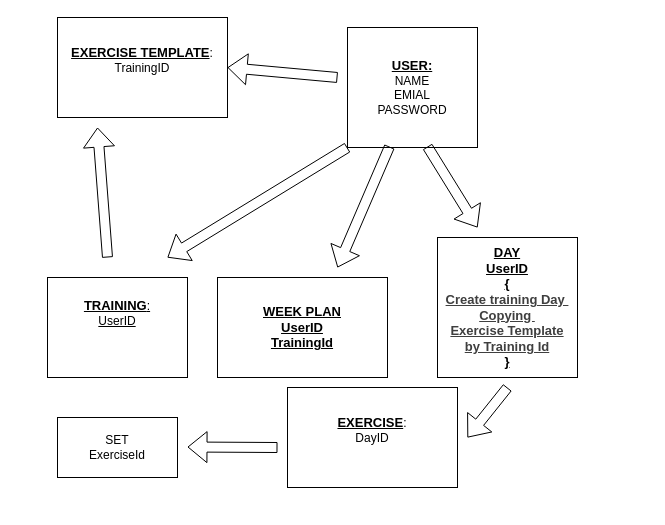
This is db.drawio from Jaro111/gym_tracker_BE, a draw.io file, before an edit. Source tidied: cells renumbered, new cells numbered last; positions are measured from the earlier drawing's top-left corner, leaving out a move shared by most shapes. Both pictures are drawn from the tidied source at 100%, with x=0, y=0 at pixel (47, 17).
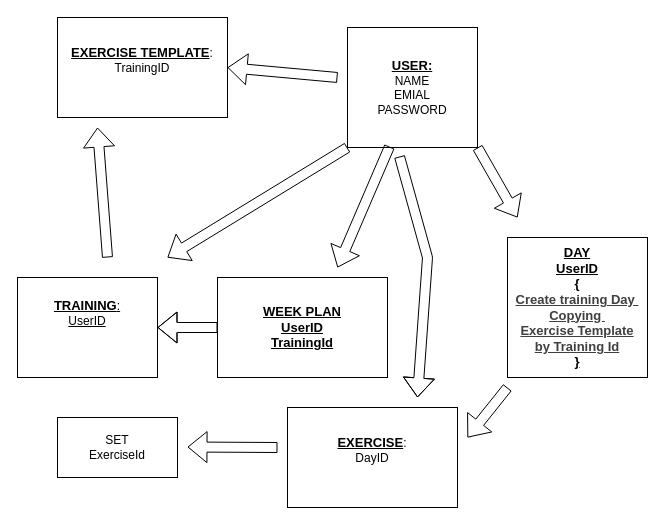
Above is the later version.

The change refers to these unchanged cells:
```xml
<mxCell id="5" value="&lt;b&gt;&lt;u&gt;&lt;font style=&quot;font-size: 13px;&quot;&gt;USER:&lt;/font&gt;&lt;/u&gt;&lt;/b&gt;&lt;div&gt;NAME&lt;/div&gt;&lt;div&gt;EMIAL&lt;/div&gt;&lt;div&gt;PASSWORD&lt;/div&gt;" style="rounded=0;whiteSpace=wrap;html=1;" parent="1" vertex="1">
  <mxGeometry x="300" y="10" width="130" height="120" as="geometry" />
</mxCell>
<mxCell id="12" value="&lt;div&gt;&lt;span style=&quot;background-color: transparent; font-size: 13px;&quot;&gt;&lt;b&gt;&lt;u&gt;WEEK PLAN&lt;/u&gt;&lt;/b&gt;&lt;/span&gt;&lt;/div&gt;&lt;div&gt;&lt;span style=&quot;background-color: transparent; font-size: 13px;&quot;&gt;&lt;b&gt;&lt;u&gt;UserID&lt;/u&gt;&lt;/b&gt;&lt;/span&gt;&lt;/div&gt;&lt;div&gt;&lt;span style=&quot;background-color: transparent; font-size: 13px;&quot;&gt;&lt;b&gt;&lt;u&gt;TrainingId&lt;/u&gt;&lt;/b&gt;&lt;/span&gt;&lt;/div&gt;" style="rounded=0;whiteSpace=wrap;html=1;" parent="1" vertex="1">
  <mxGeometry x="170" y="260" width="170" height="100" as="geometry" />
</mxCell>
```

Change to the diagram source:
```diff
@@
     <mxCell id="2" value="&lt;u&gt;&lt;b&gt;&lt;font style=&quot;font-size: 13px;&quot;&gt;TRAINING&lt;/font&gt;&lt;/b&gt;:&lt;/u&gt;&lt;div&gt;&lt;u&gt;UserID&lt;/u&gt;&lt;/div&gt;&lt;div&gt;&lt;div&gt;&lt;br&gt;&lt;/div&gt;&lt;div&gt;&lt;br&gt;&lt;/div&gt;&lt;/div&gt;" style="rounded=0;whiteSpace=wrap;html=1;" parent="1" vertex="1">
-      <mxGeometry y="260" width="140" height="100" as="geometry" />
+      <mxGeometry x="-30" y="260" width="140" height="100" as="geometry" />
     </mxCell>
     <mxCell id="3" value="&lt;span style=&quot;font-size: 13px;&quot;&gt;&lt;b&gt;&lt;u&gt;DAY&lt;/u&gt;&lt;/b&gt;&lt;/span&gt;&lt;div&gt;&lt;span style=&quot;font-size: 13px;&quot;&gt;&lt;b&gt;&lt;u&gt;UserID&lt;/u&gt;&lt;/b&gt;&lt;/span&gt;&lt;/div&gt;&lt;div&gt;&lt;span style=&quot;font-size: 13px;&quot;&gt;&lt;b&gt;&lt;u&gt;{&lt;/u&gt;&lt;/b&gt;&lt;/span&gt;&lt;/div&gt;&lt;div&gt;&lt;div style=&quot;color: rgb(63, 63, 63); scrollbar-color: rgb(226, 226, 226) rgb(251, 251, 251);&quot;&gt;&lt;span style=&quot;color: rgb(63, 63, 63); scrollbar-color: rgb(226, 226, 226) rgb(251, 251, 251); font-size: 13px;&quot;&gt;&lt;b style=&quot;color: rgb(63, 63, 63); scrollbar-color: rgb(226, 226, 226) rgb(251, 251, 251);&quot;&gt;&lt;u style=&quot;color: rgb(63, 63, 63); scrollbar-color: rgb(226, 226, 226) rgb(251, 251, 251);&quot;&gt;Create training Day&amp;nbsp;&lt;/u&gt;&lt;/b&gt;&lt;/span&gt;&lt;/div&gt;&lt;div style=&quot;color: rgb(63, 63, 63); scrollbar-color: rgb(226, 226, 226) rgb(251, 251, 251);&quot;&gt;&lt;span style=&quot;color: rgb(63, 63, 63); scrollbar-color: rgb(226, 226, 226) rgb(251, 251, 251); font-size: 13px;&quot;&gt;&lt;b style=&quot;color: rgb(63, 63, 63); scrollbar-color: rgb(226, 226, 226) rgb(251, 251, 251);&quot;&gt;&lt;u style=&quot;color: rgb(63, 63, 63); scrollbar-color: rgb(226, 226, 226) rgb(251, 251, 251);&quot;&gt;Copying&amp;nbsp;&lt;/u&gt;&lt;/b&gt;&lt;/span&gt;&lt;/div&gt;&lt;div style=&quot;color: rgb(63, 63, 63); scrollbar-color: rgb(226, 226, 226) rgb(251, 251, 251);&quot;&gt;&lt;span style=&quot;color: rgb(63, 63, 63); scrollbar-color: rgb(226, 226, 226) rgb(251, 251, 251); font-size: 13px;&quot;&gt;&lt;b style=&quot;color: rgb(63, 63, 63); scrollbar-color: rgb(226, 226, 226) rgb(251, 251, 251);&quot;&gt;&lt;u style=&quot;color: rgb(63, 63, 63); scrollbar-color: rgb(226, 226, 226) rgb(251, 251, 251);&quot;&gt;Exercise Template&lt;/u&gt;&lt;/b&gt;&lt;/span&gt;&lt;/div&gt;&lt;div style=&quot;color: rgb(63, 63, 63); scrollbar-color: rgb(226, 226, 226) rgb(251, 251, 251);&quot;&gt;&lt;span style=&quot;color: rgb(63, 63, 63); scrollbar-color: rgb(226, 226, 226) rgb(251, 251, 251); font-size: 13px;&quot;&gt;&lt;b style=&quot;color: rgb(63, 63, 63); scrollbar-color: rgb(226, 226, 226) rgb(251, 251, 251);&quot;&gt;&lt;u style=&quot;color: rgb(63, 63, 63); scrollbar-color: rgb(226, 226, 226) rgb(251, 251, 251);&quot;&gt;by Training Id&lt;/u&gt;&lt;/b&gt;&lt;/span&gt;&lt;/div&gt;&lt;/div&gt;&lt;div&gt;&lt;span style=&quot;font-size: 13px;&quot;&gt;&lt;b&gt;&lt;u&gt;}&lt;/u&gt;&lt;/b&gt;&lt;/span&gt;&lt;/div&gt;" style="rounded=0;whiteSpace=wrap;html=1;" parent="1" vertex="1">
-      <mxGeometry x="390" y="220" width="140" height="140" as="geometry" />
+      <mxGeometry x="460" y="220" width="140" height="140" as="geometry" />
     </mxCell>
     <mxCell id="4" value="&lt;font style=&quot;font-size: 13px;&quot;&gt;&lt;b&gt;&lt;u&gt;EXERCISE&lt;/u&gt;&lt;/b&gt;&lt;/font&gt;:&lt;div&gt;DayID&lt;/div&gt;&lt;div&gt;&lt;span style=&quot;background-color: transparent;&quot;&gt;&lt;br&gt;&lt;/span&gt;&lt;/div&gt;" style="rounded=0;whiteSpace=wrap;html=1;" parent="1" vertex="1">
-      <mxGeometry x="240" y="370" width="170" height="100" as="geometry" />
+      <mxGeometry x="240" y="390" width="170" height="100" as="geometry" />
     </mxCell>
@@
-    <mxCell id="10" style="shape=flexArrow;endArrow=classic;html=1;exitX=0.615;exitY=0.992;exitDx=0;exitDy=0;exitPerimeter=0;" parent="1" edge="1" source="5">
+    <mxCell id="10" style="shape=flexArrow;endArrow=classic;html=1;exitX=1;exitY=1;exitDx=0;exitDy=0;" parent="1" edge="1" source="5">
       <mxGeometry relative="1" as="geometry">
-        <mxPoint x="430" y="210" as="targetPoint" />
+        <mxPoint x="470" y="200" as="targetPoint" />
       </mxGeometry>
     </mxCell>
@@
+    <mxCell id="16" style="shape=flexArrow;endArrow=classic;html=1;exitX=0.323;exitY=0.992;exitDx=0;exitDy=0;exitPerimeter=0;" parent="1" edge="1">
+      <mxGeometry relative="1" as="geometry">
+        <mxPoint x="352" y="139" as="sourcePoint" />
+        <mxPoint x="370" y="380" as="targetPoint" />
+        <Array as="points">
+          <mxPoint x="380" y="240" />
+        </Array>
+      </mxGeometry>
+    </mxCell>
+    <mxCell id="17" style="shape=flexArrow;endArrow=classic;html=1;" parent="1" edge="1" source="12" target="2">
+      <mxGeometry relative="1" as="geometry">
+        <Array as="points">
+          <mxPoint x="130" y="310" />
+        </Array>
+      </mxGeometry>
+    </mxCell>
```
